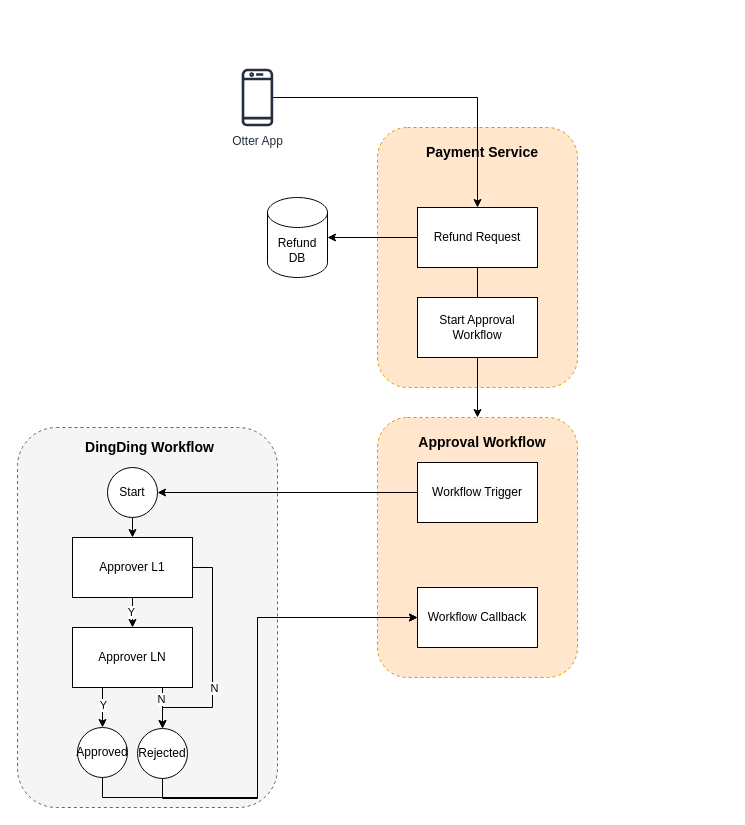
Earlier version of the draw.io diagram Refund Process.drawio (evagle/awesome). Source tidied: cells renumbered, new cells numbered last; positions are measured from the earlier drawing's top-left corner, leaving out a move shared by most shapes. Both pictures are drawn from the tidied source at 100%, with x=0, y=0 at pixel (17, 67).
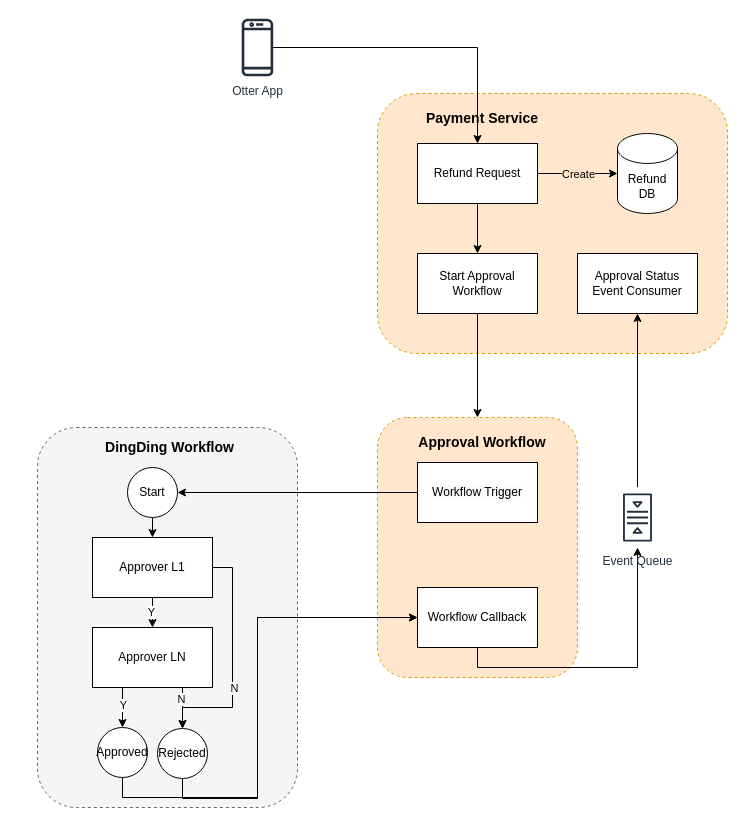
After the change.

Unchanged cells that the change refers to:
```xml
<mxCell id="4" style="rounded=1;whiteSpace=wrap;html=1;dashed=1;fillColor=#ffe6cc;strokeColor=#d79b00;" parent="1" vertex="1">
  <mxGeometry x="360" y="350" width="200" height="260" as="geometry" />
</mxCell>
<mxCell id="14" value="Workflow Callback" style="rounded=0;whiteSpace=wrap;html=1;" parent="1" vertex="1">
  <mxGeometry x="400" y="520" width="120" height="60" as="geometry" />
</mxCell>
```

The edit, as a diff of the source:
```diff
@@
     <mxCell id="2" style="rounded=1;whiteSpace=wrap;html=1;dashed=1;fillColor=#ffe6cc;strokeColor=#d79b00;" parent="1" vertex="1">
-      <mxGeometry x="360" y="60" width="200" height="260" as="geometry" />
+      <mxGeometry x="360" y="26" width="350" height="260" as="geometry" />
     </mxCell>
     <mxCell id="3" style="rounded=1;whiteSpace=wrap;html=1;dashed=1;fillColor=#f5f5f5;fontColor=#333333;strokeColor=#666666;" parent="1" vertex="1">
-      <mxGeometry y="360" width="260" height="380" as="geometry" />
+      <mxGeometry x="20" y="360" width="260" height="380" as="geometry" />
     </mxCell>
@@
     <mxCell id="6" value="Otter App" style="sketch=0;outlineConnect=0;fontColor=#232F3E;gradientColor=none;fillColor=#232F3D;strokeColor=none;dashed=0;verticalLabelPosition=bottom;verticalAlign=top;align=center;html=1;fontSize=12;fontStyle=0;shape=mxgraph.aws4.mobile_client;" parent="1" vertex="1">
-      <mxGeometry x="224.2" width="31.5" height="60" as="geometry" />
+      <mxGeometry x="224.2" y="-50" width="31.5" height="60" as="geometry" />
     </mxCell>
-    <mxCell id="7" style="edgeStyle=orthogonalEdgeStyle;rounded=0;jettySize=auto;html=1;entryX=0.5;entryY=0;entryDx=0;entryDy=0;" parent="1" edge="1" source="9" target="4">
-      <mxGeometry relative="1" as="geometry" />
-    </mxCell>
+    <mxCell id="34" style="edgeStyle=orthogonalEdgeStyle;rounded=0;jettySize=auto;html=1;exitX=0.5;exitY=1;exitDx=0;exitDy=0;" parent="1" edge="1" source="9" target="33">
+      <mxGeometry relative="1" as="geometry" />
+    </mxCell>
-    <mxCell id="8" style="edgeStyle=orthogonalEdgeStyle;rounded=0;jettySize=auto;html=1;exitX=0;exitY=0.5;exitDx=0;exitDy=0;entryX=1;entryY=0.5;entryDx=0;entryDy=0;entryPerimeter=0;" parent="1" edge="1" source="9" target="10">
+    <mxCell id="8" style="edgeStyle=orthogonalEdgeStyle;rounded=0;jettySize=auto;html=1;exitX=1;exitY=0.5;exitDx=0;exitDy=0;" parent="1" edge="1" source="9" target="10">
       <mxGeometry relative="1" as="geometry" />
     </mxCell>
+    <mxCell id="35" value="Create" style="edgeLabel;html=1;align=center;verticalAlign=middle;labelBackgroundColor=#ffe6cc;" parent="8" vertex="1">
+      <mxGeometry x="-0.27" y="-3" relative="1" as="geometry">
+        <mxPoint x="11" y="-3" as="offset" />
+      </mxGeometry>
+    </mxCell>
     <mxCell id="9" value="Refund Request" style="rounded=0;whiteSpace=wrap;html=1;" parent="1" vertex="1">
-      <mxGeometry x="400" y="140" width="120" height="60" as="geometry" />
+      <mxGeometry x="400" y="76" width="120" height="60" as="geometry" />
     </mxCell>
     <mxCell id="10" value="Refund&lt;br&gt;DB" style="shape=cylinder3;whiteSpace=wrap;html=1;boundedLbl=1;backgroundOutline=1;size=15;" parent="1" vertex="1">
-      <mxGeometry x="250" y="130" width="60" height="80" as="geometry" />
+      <mxGeometry x="600" y="66" width="60" height="80" as="geometry" />
     </mxCell>
@@
+    <mxCell id="36" style="edgeStyle=orthogonalEdgeStyle;rounded=0;jettySize=auto;html=1;exitX=0.5;exitY=1;exitDx=0;exitDy=0;" parent="1" edge="1" source="14" target="40">
+      <mxGeometry relative="1" as="geometry" />
+    </mxCell>
@@
     <mxCell id="17" style="edgeStyle=orthogonalEdgeStyle;rounded=0;jettySize=auto;html=1;exitX=1;exitY=0.5;exitDx=0;exitDy=0;entryX=0.5;entryY=0;entryDx=0;entryDy=0;" parent="1" edge="1" source="19" target="31">
       <mxGeometry relative="1" as="geometry">
         <Array as="points">
-          <mxPoint x="195" y="500" />
-          <mxPoint x="195" y="640" />
-          <mxPoint x="145" y="640" />
+          <mxPoint x="215" y="500" />
+          <mxPoint x="215" y="640" />
+          <mxPoint x="165" y="640" />
         </Array>
       </mxGeometry>
     </mxCell>
@@
     <mxCell id="19" value="&lt;span style=&quot;color: rgb(0, 0, 0); font-family: Helvetica; font-size: 12px; font-style: normal; font-variant-ligatures: normal; font-variant-caps: normal; font-weight: 400; letter-spacing: normal; orphans: 2; text-align: center; text-indent: 0px; text-transform: none; widows: 2; word-spacing: 0px; -webkit-text-stroke-width: 0px; background-color: rgb(251, 251, 251); text-decoration-thickness: initial; text-decoration-style: initial; text-decoration-color: initial; float: none; display: inline !important;&quot;&gt;Approver L1&lt;/span&gt;" style="rounded=0;whiteSpace=wrap;html=1;" parent="1" vertex="1">
-      <mxGeometry x="55" y="470" width="120" height="60" as="geometry" />
+      <mxGeometry x="75" y="470" width="120" height="60" as="geometry" />
     </mxCell>
     <mxCell id="20" value="&lt;b&gt;&lt;font style=&quot;font-size: 14px;&quot;&gt;DingDing Workflow&lt;/font&gt;&lt;/b&gt;" style="text;html=1;strokeColor=none;fillColor=none;align=center;verticalAlign=middle;whiteSpace=wrap;rounded=0;" parent="1" vertex="1">
-      <mxGeometry x="55" y="365" width="155" height="30" as="geometry" />
+      <mxGeometry x="75" y="365" width="155" height="30" as="geometry" />
     </mxCell>
@@
     <mxCell id="25" value="Approver LN" style="rounded=0;whiteSpace=wrap;html=1;" parent="1" vertex="1">
-      <mxGeometry x="55" y="560" width="120" height="60" as="geometry" />
+      <mxGeometry x="75" y="560" width="120" height="60" as="geometry" />
     </mxCell>
@@
     <mxCell id="27" value="Start" style="ellipse;whiteSpace=wrap;html=1;" parent="1" vertex="1">
-      <mxGeometry x="90" y="400" width="50" height="50" as="geometry" />
+      <mxGeometry x="110" y="400" width="50" height="50" as="geometry" />
     </mxCell>
     <mxCell id="28" style="edgeStyle=orthogonalEdgeStyle;rounded=0;jettySize=auto;html=1;exitX=0.5;exitY=1;exitDx=0;exitDy=0;entryX=0;entryY=0.5;entryDx=0;entryDy=0;" parent="1" edge="1" source="29" target="14">
       <mxGeometry relative="1" as="geometry">
         <Array as="points">
-          <mxPoint x="85" y="730" />
+          <mxPoint x="105" y="730" />
           <mxPoint x="240" y="730" />
           <mxPoint x="240" y="550" />
         </Array>
       </mxGeometry>
     </mxCell>
     <mxCell id="29" value="Approved" style="ellipse;whiteSpace=wrap;html=1;" parent="1" vertex="1">
-      <mxGeometry x="60" y="660" width="50" height="50" as="geometry" />
+      <mxGeometry x="80" y="660" width="50" height="50" as="geometry" />
     </mxCell>
     <mxCell id="30" style="edgeStyle=orthogonalEdgeStyle;rounded=0;jettySize=auto;html=1;exitX=0.5;exitY=1;exitDx=0;exitDy=0;entryX=0;entryY=0.5;entryDx=0;entryDy=0;" parent="1" edge="1" source="31" target="14">
       <mxGeometry relative="1" as="geometry">
         <Array as="points">
-          <mxPoint x="145" y="731" />
+          <mxPoint x="165" y="731" />
           <mxPoint x="240" y="731" />
           <mxPoint x="240" y="550" />
         </Array>
       </mxGeometry>
     </mxCell>
     <mxCell id="31" value="Rejected" style="ellipse;whiteSpace=wrap;html=1;" parent="1" vertex="1">
-      <mxGeometry x="120" y="661" width="50" height="50" as="geometry" />
+      <mxGeometry x="140" y="661" width="50" height="50" as="geometry" />
     </mxCell>
     <mxCell id="32" value="&lt;font style=&quot;font-size: 14px;&quot;&gt;&lt;b&gt;Payment Service&lt;/b&gt;&lt;/font&gt;" style="text;html=1;strokeColor=none;fillColor=none;align=center;verticalAlign=middle;whiteSpace=wrap;rounded=0;" parent="1" vertex="1">
-      <mxGeometry x="400" y="70" width="130" height="30" as="geometry" />
+      <mxGeometry x="400" y="36" width="130" height="30" as="geometry" />
     </mxCell>
+    <mxCell id="37" style="edgeStyle=orthogonalEdgeStyle;rounded=0;jettySize=auto;html=1;exitX=0.5;exitY=1;exitDx=0;exitDy=0;entryX=0.5;entryY=0;entryDx=0;entryDy=0;" parent="1" edge="1" source="33" target="4">
+      <mxGeometry relative="1" as="geometry" />
+    </mxCell>
     <mxCell id="33" value="Start Approval Workflow" style="rounded=0;whiteSpace=wrap;html=1;" parent="1" vertex="1">
-      <mxGeometry x="400" y="230" width="120" height="60" as="geometry" />
+      <mxGeometry x="400" y="186" width="120" height="60" as="geometry" />
     </mxCell>
+    <mxCell id="38" value="Approval Status Event Consumer" style="rounded=0;whiteSpace=wrap;html=1;" parent="1" vertex="1">
+      <mxGeometry x="560" y="186" width="120" height="60" as="geometry" />
+    </mxCell>
+    <mxCell id="39" style="edgeStyle=orthogonalEdgeStyle;rounded=0;jettySize=auto;html=1;" parent="1" edge="1" source="40" target="38">
+      <mxGeometry relative="1" as="geometry" />
+    </mxCell>
+    <mxCell id="40" value="Event Queue" style="sketch=0;outlineConnect=0;fontColor=#232F3E;gradientColor=none;strokeColor=#232F3E;fillColor=#ffffff;dashed=0;verticalLabelPosition=bottom;verticalAlign=top;align=center;html=1;fontSize=12;fontStyle=0;shape=mxgraph.aws4.resourceIcon;resIcon=mxgraph.aws4.queue;direction=south;" parent="1" vertex="1">
+      <mxGeometry x="590" y="420" width="60" height="60" as="geometry" />
+    </mxCell>
```
